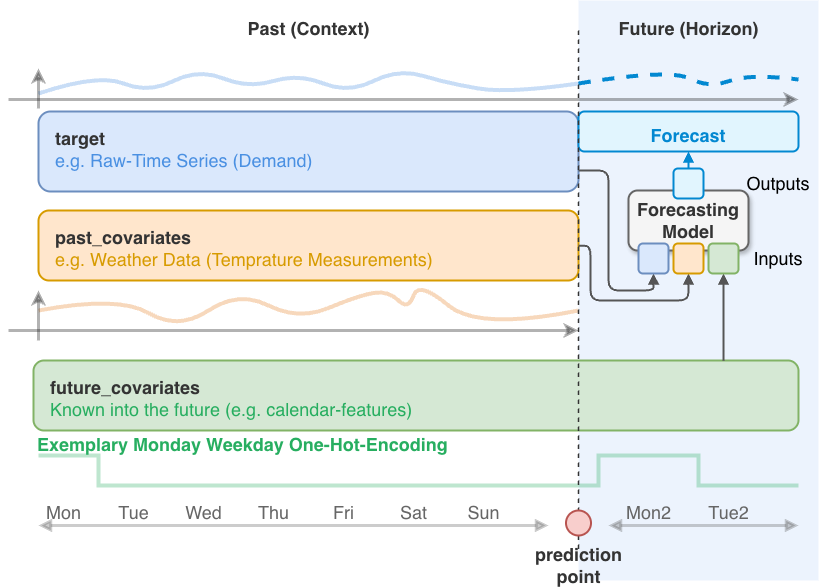
Beich2010/uebung_2026_data_analysis keeps this draw.io diagram as forecasting_model_input_output.png. Above is the earlier version. Source tidied: cells renumbered, new cells last; positions are measured from the earlier drawing's top-left corner, leaving out a move shared by most shapes.
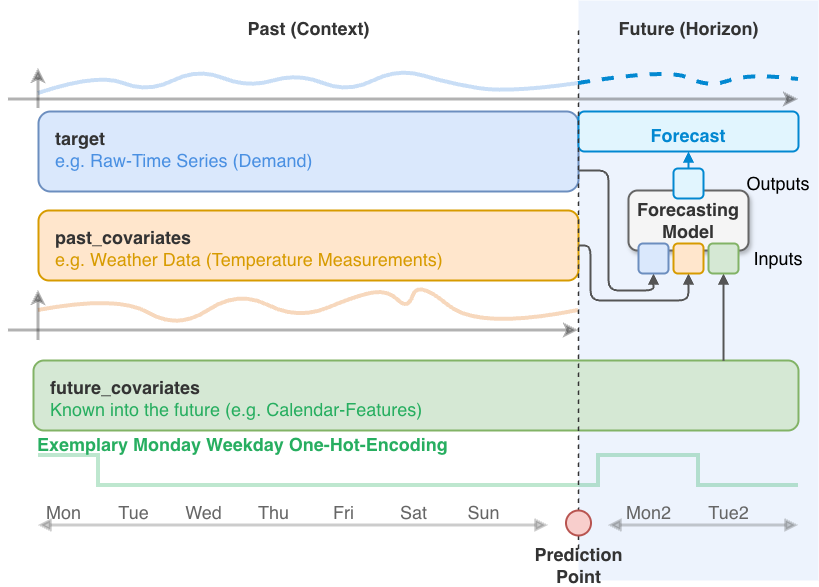
After the commit.

What changed in the source:
```diff
@@ -39,7 +39,7 @@
         </Array>
       </mxGeometry>
     </mxCell>
-    <mxCell id="7" value="&lt;b&gt;past_covariates&lt;/b&gt;&lt;br&gt;&lt;font color=&quot;#D79B00&quot;&gt;e.g. Weather Data (Temprature Measurements)&lt;/font&gt;" style="rounded=1;whiteSpace=wrap;html=1;fillColor=#FFE6CC;strokeColor=#D79B00;strokeWidth=2;align=left;verticalAlign=top;spacingLeft=15;spacingTop=10;fontColor=#333333;fontSize=18;" parent="1" vertex="1">
+    <mxCell id="7" value="&lt;b&gt;past_covariates&lt;/b&gt;&lt;br&gt;&lt;font color=&quot;#D79B00&quot;&gt;e.g. Weather Data (Temperature&amp;nbsp;Measurements)&lt;/font&gt;" style="rounded=1;whiteSpace=wrap;html=1;fillColor=#FFE6CC;strokeColor=#D79B00;strokeWidth=2;align=left;verticalAlign=top;spacingLeft=15;spacingTop=10;fontColor=#333333;fontSize=18;" parent="1" vertex="1">
       <mxGeometry x="30" y="210" width="540" height="70" as="geometry" />
     </mxCell>
     <mxCell id="8" style="endArrow=none;html=1;curved=1;strokeColor=#E67E22;strokeWidth=4;fillColor=none;opacity=30;fontSize=18;" parent="1" edge="1">
@@ -101,10 +101,10 @@
     <mxCell id="20" value="Tue2" style="text;html=1;align=center;fontSize=18;fontColor=#666666;" parent="1" vertex="1">
       <mxGeometry x="700" y="495" width="40" height="20" as="geometry" />
     </mxCell>
-    <mxCell id="21" value="&lt;b&gt;prediction&lt;br&gt;point&lt;/b&gt;" style="text;html=1;align=center;verticalAlign=middle;fontSize=18;fontColor=#333333;" parent="1" vertex="1">
+    <mxCell id="21" value="&lt;b&gt;Prediction&lt;br&gt;Point&lt;/b&gt;" style="text;html=1;align=center;verticalAlign=middle;fontSize=18;fontColor=#333333;" parent="1" vertex="1">
       <mxGeometry x="530" y="550" width="80" height="30" as="geometry" />
     </mxCell>
-    <mxCell id="22" value="&lt;b&gt;future_covariates&lt;/b&gt;&lt;br&gt;&lt;font color=&quot;#27AE60&quot;&gt;Known into the future (e.g. calendar-features)&lt;/font&gt;" style="rounded=1;whiteSpace=wrap;html=1;fillColor=#D5E8D4;strokeColor=#82B366;strokeWidth=2;align=left;verticalAlign=top;spacingLeft=15;spacingTop=10;fontColor=#333333;fontSize=18;" parent="1" vertex="1">
+    <mxCell id="22" value="&lt;b&gt;future_covariates&lt;/b&gt;&lt;br&gt;&lt;font color=&quot;#27AE60&quot;&gt;Known into the future (e.g. Calendar-Features)&lt;/font&gt;" style="rounded=1;whiteSpace=wrap;html=1;fillColor=#D5E8D4;strokeColor=#82B366;strokeWidth=2;align=left;verticalAlign=top;spacingLeft=15;spacingTop=10;fontColor=#333333;fontSize=18;" parent="1" vertex="1">
       <mxGeometry x="25" y="360" width="765" height="70" as="geometry" />
     </mxCell>
     <mxCell id="23" value="&lt;font color=&quot;#27AE60&quot;&gt;&lt;b&gt;Exemplary Monday Weekday&amp;nbsp;&lt;/b&gt;&lt;b&gt;One-Hot-&lt;/b&gt;&lt;b&gt;Encoding&lt;/b&gt;&lt;/font&gt;" style="text;html=1;align=left;verticalAlign=middle;fontSize=18;" parent="1" vertex="1">
```
